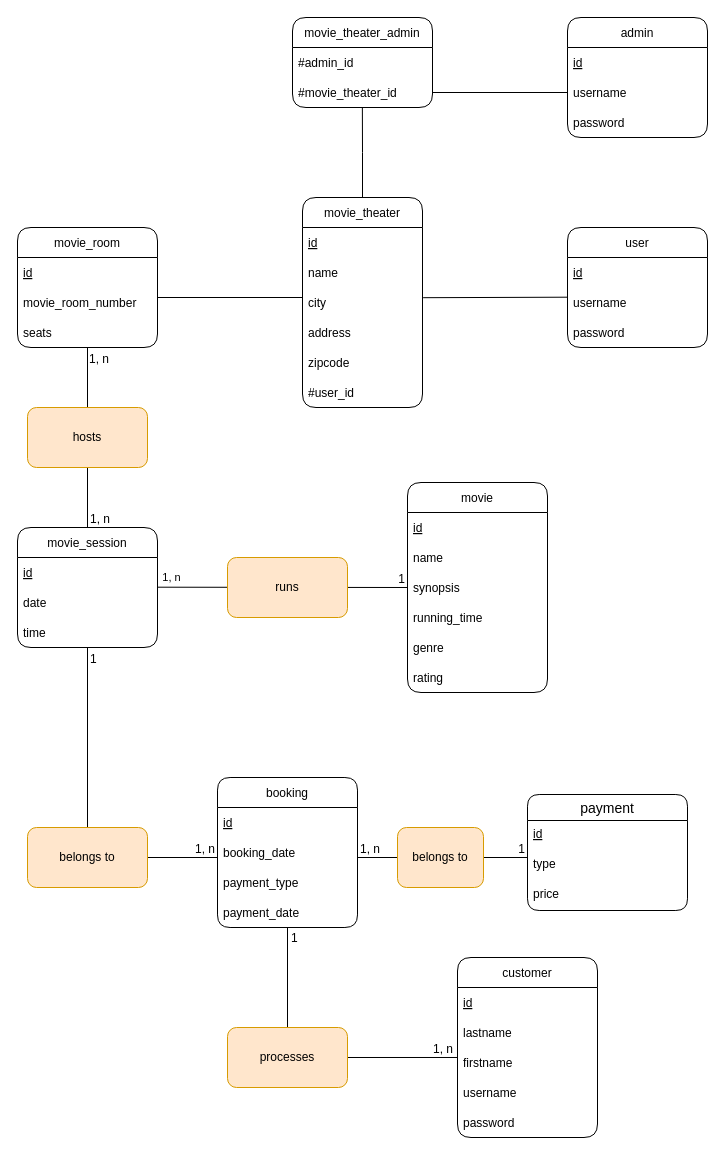
Earlier version of the draw.io diagram MLD.drawio (Armafobe/cinema_database). Source tidied: cells renumbered, new cells numbered last; positions are measured from the earlier drawing's top-left corner, leaving out a move shared by most shapes. Both pictures are drawn from the tidied source at 100%, with x=0, y=0 at pixel (17, 17).
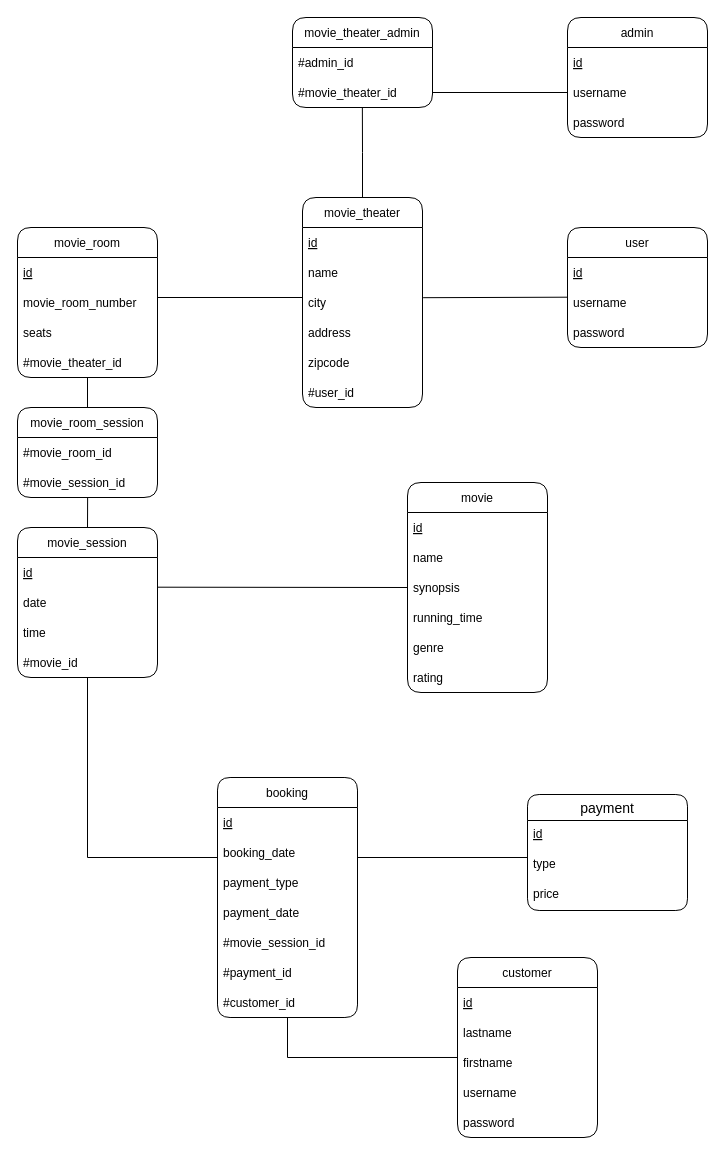
Above is the later version.

The change refers to these unchanged cells:
```xml
<mxCell id="34" style="endArrow=none;html=1;rounded=0;entryX=0;entryY=0.5;entryDx=0;entryDy=0;" parent="1" edge="1" target="30">
  <mxGeometry relative="1" as="geometry">
    <mxPoint x="140" y="569.7" as="sourcePoint" />
  </mxGeometry>
</mxCell>
<mxCell id="51" value="firstname" style="text;strokeColor=none;fillColor=none;align=left;verticalAlign=middle;spacingLeft=4;spacingRight=4;overflow=hidden;points=[[0,0.5],[1,0.5]];portConstraint=eastwest;rounded=1;labelBackgroundColor=none;" parent="48" vertex="1">
  <mxGeometry y="90" width="140" height="30" as="geometry" />
</mxCell>
<mxCell id="61" style="endArrow=none;html=1;rounded=0;" parent="1" edge="1">
  <mxGeometry relative="1" as="geometry">
    <mxPoint x="340" y="840" as="sourcePoint" />
    <mxPoint x="510" y="840" as="targetPoint" />
  </mxGeometry>
</mxCell>
```

What changed in the source:
```diff
@@
     <mxCell id="14" value="movie_room" style="swimlane;fontStyle=0;horizontal=1;startSize=30;rounded=1;" parent="1" vertex="1">
-      <mxGeometry y="210" width="140" height="120" as="geometry" />
+      <mxGeometry y="210" width="140" height="150" as="geometry" />
     </mxCell>
@@
+    <mxCell id="76" value="#movie_theater_id" style="text;strokeColor=none;fillColor=none;align=left;verticalAlign=middle;spacingLeft=4;spacingRight=4;overflow=hidden;rounded=1;" parent="14" vertex="1">
+      <mxGeometry y="120" width="140" height="30" as="geometry" />
+    </mxCell>
@@
+    <mxCell id="77" style="edgeStyle=orthogonalEdgeStyle;rounded=0;jettySize=auto;html=1;exitX=0.5;exitY=0;exitDx=0;exitDy=0;entryX=0.501;entryY=1;entryDx=0;entryDy=0;entryPerimeter=0;endArrow=none;endFill=0;" parent="1" edge="1" source="19" target="85">
+      <mxGeometry relative="1" as="geometry" />
+    </mxCell>
     <mxCell id="19" value="movie_session" style="swimlane;fontStyle=0;horizontal=1;startSize=30;rounded=1;" parent="1" vertex="1">
-      <mxGeometry y="510" width="140" height="120" as="geometry" />
+      <mxGeometry y="510" width="140" height="150" as="geometry" />
     </mxCell>
@@
-    <mxCell id="23" style="endArrow=none;html=1;rounded=0;entryX=0.5;entryY=0;entryDx=0;entryDy=0;" parent="1" edge="1" target="19">
-      <mxGeometry relative="1" as="geometry">
-        <mxPoint x="70" y="330" as="sourcePoint" />
-      </mxGeometry>
-    </mxCell>
-    <mxCell id="24" value="1, n" style="html=1;align=left;verticalAlign=bottom;rounded=1;fillColor=#FFF5F5;" parent="23" vertex="1">
-      <mxGeometry x="-1" relative="1" as="geometry">
-        <mxPoint y="20" as="offset" />
-      </mxGeometry>
-    </mxCell>
-    <mxCell id="25" value="1, n" style="html=1;align=right;verticalAlign=bottom;rounded=1;fillColor=#FFF5F5;" parent="23" vertex="1">
-      <mxGeometry x="1" relative="1" as="geometry">
-        <mxPoint x="23" as="offset" />
-      </mxGeometry>
-    </mxCell>
-    <mxCell id="26" value="hosts" style="rounded=1;whiteSpace=wrap;html=1;fillColor=#ffe6cc;strokeColor=#d79b00;" parent="1" vertex="1">
-      <mxGeometry x="10" y="390" width="120" height="60" as="geometry" />
-    </mxCell>
+    <mxCell id="78" value="#movie_id" style="text;strokeColor=none;fillColor=none;align=left;verticalAlign=middle;spacingLeft=4;spacingRight=4;overflow=hidden;rounded=1;" parent="19" vertex="1">
+      <mxGeometry y="120" width="140" height="30" as="geometry" />
+    </mxCell>
@@
-    <mxCell id="35" value="1" style="html=1;align=right;verticalAlign=bottom;rounded=1;fillColor=#FFF5F5;" parent="34" vertex="1">
-      <mxGeometry x="1" relative="1" as="geometry">
-        <mxPoint x="-2" as="offset" />
-      </mxGeometry>
-    </mxCell>
@@
-    <mxCell id="37" value="1, n" style="edgeLabel;html=1;align=center;verticalAlign=middle;labelBackgroundColor=none;" parent="34" vertex="1">
-      <mxGeometry x="-0.89" y="1" relative="1" as="geometry">
-        <mxPoint x="-1" y="-9" as="offset" />
-      </mxGeometry>
-    </mxCell>
-    <mxCell id="38" value="runs" style="rounded=1;whiteSpace=wrap;html=1;fillColor=#ffe6cc;strokeColor=#d79b00;" parent="1" vertex="1">
-      <mxGeometry x="210" y="540" width="120" height="60" as="geometry" />
-    </mxCell>
     <mxCell id="39" value="booking" style="swimlane;fontStyle=0;horizontal=1;startSize=30;rounded=1;arcSize=14;" parent="1" vertex="1">
-      <mxGeometry x="200" y="760" width="140" height="150" as="geometry" />
+      <mxGeometry x="200" y="760" width="140" height="240" as="geometry" />
     </mxCell>
@@
+    <mxCell id="79" value="#movie_session_id" style="text;strokeColor=none;fillColor=none;align=left;verticalAlign=middle;spacingLeft=4;spacingRight=4;overflow=hidden;rounded=1;" parent="39" vertex="1">
+      <mxGeometry y="150" width="140" height="30" as="geometry" />
+    </mxCell>
+    <mxCell id="80" value="#payment_id" style="text;strokeColor=none;fillColor=none;align=left;verticalAlign=middle;spacingLeft=4;spacingRight=4;overflow=hidden;rounded=1;" parent="39" vertex="1">
+      <mxGeometry y="180" width="140" height="30" as="geometry" />
+    </mxCell>
+    <mxCell id="81" value="#customer_id" style="text;strokeColor=none;fillColor=none;align=left;verticalAlign=middle;spacingLeft=4;spacingRight=4;overflow=hidden;rounded=1;" parent="39" vertex="1">
+      <mxGeometry y="210" width="140" height="30" as="geometry" />
+    </mxCell>
     <mxCell id="44" style="endArrow=none;html=1;rounded=0;" parent="1" edge="1">
       <mxGeometry relative="1" as="geometry">
-        <mxPoint x="70" y="630" as="sourcePoint" />
+        <mxPoint x="70" y="660" as="sourcePoint" />
         <mxPoint x="70" y="840" as="targetPoint" />
       </mxGeometry>
     </mxCell>
-    <mxCell id="45" value="1" style="html=1;align=left;verticalAlign=bottom;rounded=1;labelBackgroundColor=none;fillColor=#FFF5F5;" parent="44" vertex="1">
-      <mxGeometry x="-1" relative="1" as="geometry">
-        <mxPoint x="1" y="20" as="offset" />
-      </mxGeometry>
-    </mxCell>
-    <mxCell id="46" value="1, n" style="html=1;align=right;verticalAlign=bottom;rounded=1;labelBackgroundColor=none;fillColor=#FFF5F5;" parent="44" vertex="1">
-      <mxGeometry x="1" relative="1" as="geometry">
-        <mxPoint x="128" as="offset" />
-      </mxGeometry>
-    </mxCell>
@@
     <mxCell id="54" style="endArrow=none;html=1;rounded=0;entryX=0;entryY=0.333;entryDx=0;entryDy=0;entryPerimeter=0;" parent="1" edge="1" target="51">
       <mxGeometry relative="1" as="geometry">
-        <mxPoint x="270" y="910" as="sourcePoint" />
+        <mxPoint x="270" y="1000" as="sourcePoint" />
         <Array as="points">
           <mxPoint x="270" y="1040" />
         </Array>
       </mxGeometry>
     </mxCell>
-    <mxCell id="55" value="1" style="html=1;align=left;verticalAlign=bottom;rounded=1;labelBackgroundColor=none;fillColor=#FFF5F5;" parent="54" vertex="1">
-      <mxGeometry x="-1" relative="1" as="geometry">
-        <mxPoint x="2" y="19" as="offset" />
-      </mxGeometry>
-    </mxCell>
-    <mxCell id="56" value="1, n" style="html=1;align=right;verticalAlign=bottom;rounded=1;labelBackgroundColor=none;fillColor=#FFF5F5;" parent="54" vertex="1">
-      <mxGeometry x="1" relative="1" as="geometry">
-        <mxPoint x="-4" as="offset" />
-      </mxGeometry>
-    </mxCell>
@@
-    <mxCell id="62" value="1, n" style="html=1;align=left;verticalAlign=bottom;rounded=1;labelBackgroundColor=none;fillColor=#FFF5F5;" parent="61" vertex="1">
-      <mxGeometry x="-1" relative="1" as="geometry">
-        <mxPoint x="1" as="offset" />
-      </mxGeometry>
-    </mxCell>
-    <mxCell id="63" value="1" style="html=1;align=right;verticalAlign=bottom;rounded=1;labelBackgroundColor=none;fillColor=#FFF5F5;" parent="61" vertex="1">
-      <mxGeometry x="1" relative="1" as="geometry">
-        <mxPoint x="-2" as="offset" />
-      </mxGeometry>
-    </mxCell>
-    <mxCell id="64" value="belongs to" style="rounded=1;whiteSpace=wrap;html=1;labelBackgroundColor=none;fillColor=#ffe6cc;strokeColor=#d79b00;" parent="1" vertex="1">
-      <mxGeometry x="380" y="810" width="86" height="60" as="geometry" />
-    </mxCell>
-    <mxCell id="65" value="processes" style="rounded=1;whiteSpace=wrap;html=1;labelBackgroundColor=none;fillColor=#ffe6cc;strokeColor=#d79b00;" parent="1" vertex="1">
-      <mxGeometry x="210" y="1010" width="120" height="60" as="geometry" />
-    </mxCell>
-    <mxCell id="66" value="belongs to" style="rounded=1;whiteSpace=wrap;html=1;labelBackgroundColor=none;fillColor=#ffe6cc;strokeColor=#d79b00;" parent="1" vertex="1">
-      <mxGeometry x="10" y="810" width="120" height="60" as="geometry" />
-    </mxCell>
@@
+    <mxCell id="82" style="edgeStyle=orthogonalEdgeStyle;rounded=0;jettySize=auto;html=1;exitX=0.5;exitY=0;exitDx=0;exitDy=0;endArrow=none;endFill=0;" parent="1" edge="1" source="83">
+      <mxGeometry relative="1" as="geometry">
+        <mxPoint x="70" y="360" as="targetPoint" />
+      </mxGeometry>
+    </mxCell>
+    <mxCell id="83" value="movie_room_session" style="swimlane;fontStyle=0;horizontal=1;startSize=30;rounded=1;labelBackgroundColor=none;" parent="1" vertex="1">
+      <mxGeometry y="390" width="140" height="90" as="geometry" />
+    </mxCell>
+    <mxCell id="84" value="#movie_room_id" style="text;strokeColor=none;fillColor=none;align=left;verticalAlign=middle;spacingLeft=4;spacingRight=4;overflow=hidden;rounded=1;labelBackgroundColor=none;" parent="83" vertex="1">
+      <mxGeometry y="30" width="140" height="30" as="geometry" />
+    </mxCell>
+    <mxCell id="85" value="#movie_session_id" style="text;strokeColor=none;fillColor=none;align=left;verticalAlign=middle;spacingLeft=4;spacingRight=4;overflow=hidden;points=[[0,0.5],[1,0.5]];portConstraint=eastwest;rounded=1;labelBackgroundColor=none;" parent="83" vertex="1">
+      <mxGeometry y="60" width="140" height="30" as="geometry" />
+    </mxCell>
```
